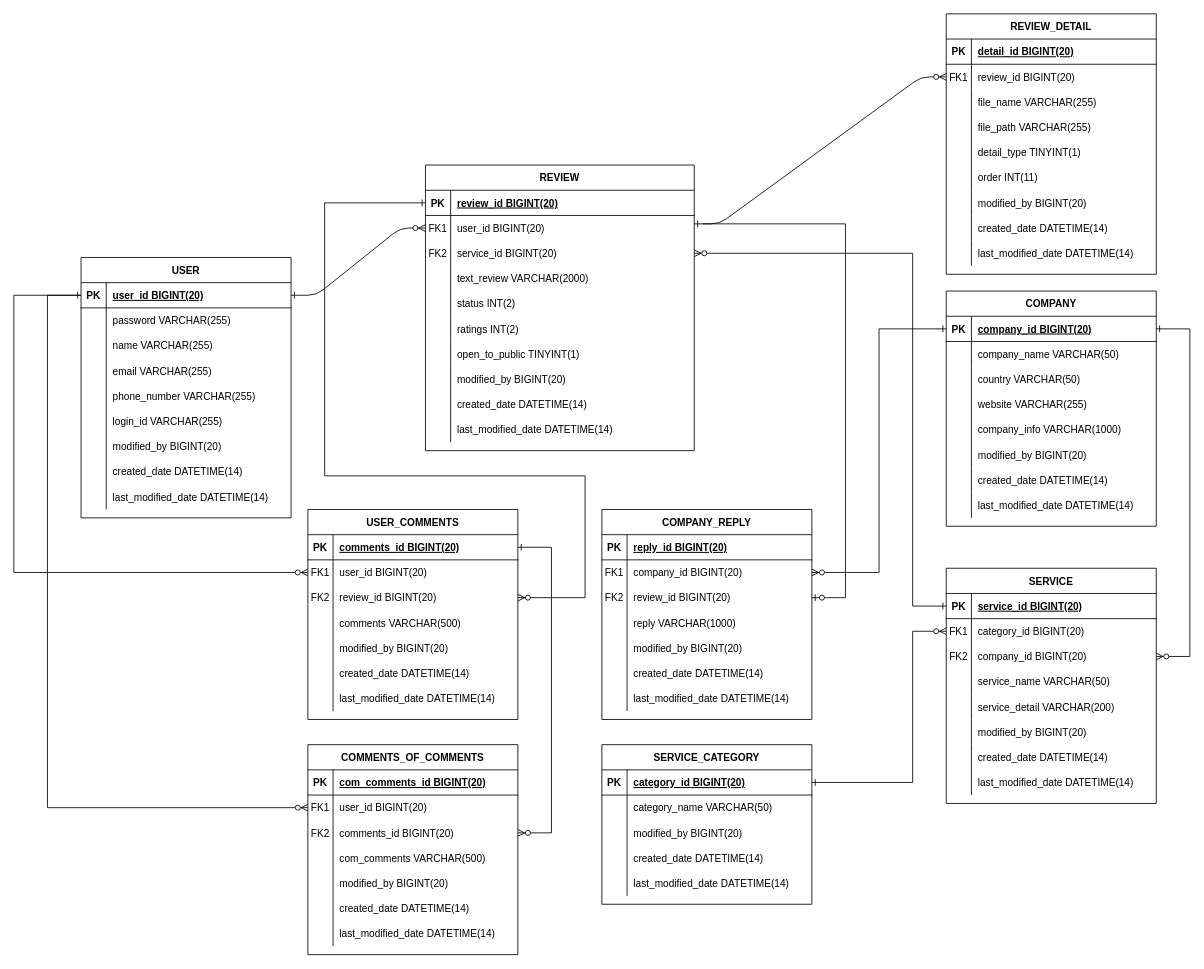
The draw.io diagram docs/Bug Report.drawio in haan823/bug_report, before the edit. Source tidied: cells renumbered, new cells numbered last; positions are measured from the earlier drawing's top-left corner, leaving out a move shared by most shapes. Both pictures are drawn from the tidied source at 84%, with x=0, y=0 at pixel (13, 13).
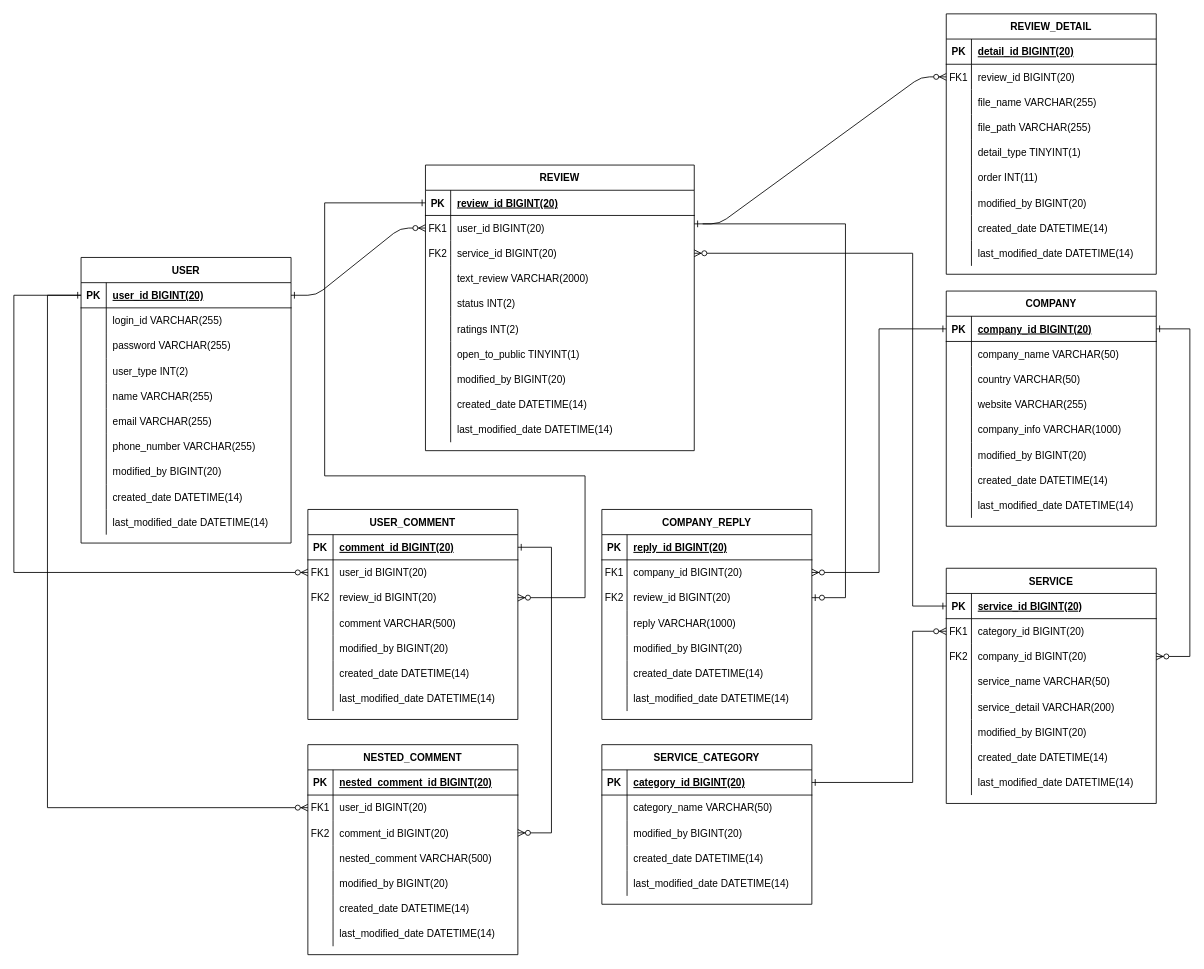
Above is the later version.

Commit message:
[DOCS] ERD 수정 - USER 테이블 user_type 추가, 대댓글 NESTED_COMMENT로 변경

Unchanged cells that the change refers to:
```xml
<mxCell id="92" style="shape=partialRectangle;fillColor=none;points=[[0,0.5],[1,0.5]];portConstraint=eastwest;top=0;left=0;right=0;bottom=1;" parent="91" vertex="1">
  <mxGeometry y="30" width="250" height="30" as="geometry" />
</mxCell>
<mxCell id="101" style="shape=partialRectangle;fillColor=none;top=0;left=0;right=0;bottom=0;" parent="91" vertex="1">
  <mxGeometry y="120" width="250" height="30" as="geometry" />
</mxCell>
<mxCell id="207" style="shape=partialRectangle;fillColor=none;top=0;left=0;right=0;bottom=1;" parent="206" vertex="1">
  <mxGeometry y="30" width="250" height="30" as="geometry" />
</mxCell>
<mxCell id="213" style="shape=partialRectangle;fillColor=none;points=[[0,0.5],[1,0.5]];portConstraint=eastwest;top=0;left=0;right=0;bottom=0;" parent="206" vertex="1">
  <mxGeometry y="90" width="250" height="30" as="geometry" />
</mxCell>
<mxCell id="216" style="shape=partialRectangle;fillColor=none;top=0;left=0;right=0;bottom=0;" parent="206" vertex="1">
  <mxGeometry y="120" width="250" height="30" as="geometry" />
</mxCell>
```

What changed in the source:
```diff
@@
     <mxCell id="63" value="USER" style="shape=table;startSize=30;childLayout=tableLayout;rowLines=0;fontStyle=1;align=center;" parent="1" vertex="1">
-      <mxGeometry x="80" y="290" width="250" height="310" as="geometry" />
+      <mxGeometry x="80" y="290" width="250" height="340" as="geometry" />
     </mxCell>
@@
+    <mxCell id="79" style="shape=partialRectangle;fillColor=none;top=0;left=0;right=0;bottom=0;" parent="63" vertex="1">
+      <mxGeometry y="60" width="250" height="30" as="geometry" />
+    </mxCell>
+    <mxCell id="80" style="shape=partialRectangle;overflow=hidden;fillColor=none;top=0;left=0;bottom=0;right=0;" parent="79" vertex="1">
+      <mxGeometry width="30" height="30" as="geometry" />
+    </mxCell>
+    <mxCell id="81" value="login_id VARCHAR(255)" style="shape=partialRectangle;overflow=hidden;fillColor=none;top=0;left=0;bottom=0;right=0;align=left;spacingLeft=6;" parent="79" vertex="1">
+      <mxGeometry x="30" width="220" height="30" as="geometry" />
+    </mxCell>
     <mxCell id="67" style="shape=partialRectangle;fillColor=none;top=0;left=0;right=0;bottom=0;" parent="63" vertex="1">
-      <mxGeometry y="60" width="250" height="30" as="geometry" />
+      <mxGeometry y="90" width="250" height="30" as="geometry" />
     </mxCell>
@@
+    <mxCell id="232" style="shape=partialRectangle;fillColor=none;top=0;left=0;right=0;bottom=0;" parent="63" vertex="1">
+      <mxGeometry y="120" width="250" height="30" as="geometry" />
+    </mxCell>
+    <mxCell id="233" style="shape=partialRectangle;overflow=hidden;fillColor=none;top=0;left=0;bottom=0;right=0;" parent="232" vertex="1">
+      <mxGeometry width="30" height="30" as="geometry" />
+    </mxCell>
+    <mxCell id="234" value="user_type INT(2)" style="shape=partialRectangle;overflow=hidden;fillColor=none;top=0;left=0;bottom=0;right=0;align=left;spacingLeft=6;" parent="232" vertex="1">
+      <mxGeometry x="30" width="220" height="30" as="geometry" />
+    </mxCell>
     <mxCell id="70" style="shape=partialRectangle;fillColor=none;top=0;left=0;right=0;bottom=0;" parent="63" vertex="1">
-      <mxGeometry y="90" width="250" height="30" as="geometry" />
+      <mxGeometry y="150" width="250" height="30" as="geometry" />
     </mxCell>
@@
     <mxCell id="73" style="shape=partialRectangle;fillColor=none;top=0;left=0;right=0;bottom=0;" parent="63" vertex="1">
-      <mxGeometry y="120" width="250" height="30" as="geometry" />
+      <mxGeometry y="180" width="250" height="30" as="geometry" />
     </mxCell>
@@
     <mxCell id="76" style="shape=partialRectangle;fillColor=none;top=0;left=0;right=0;bottom=0;" parent="63" vertex="1">
-      <mxGeometry y="150" width="250" height="30" as="geometry" />
+      <mxGeometry y="210" width="250" height="30" as="geometry" />
     </mxCell>
@@
-    <mxCell id="79" style="shape=partialRectangle;fillColor=none;top=0;left=0;right=0;bottom=0;" parent="63" vertex="1">
-      <mxGeometry y="180" width="250" height="30" as="geometry" />
-    </mxCell>
-    <mxCell id="80" style="shape=partialRectangle;overflow=hidden;fillColor=none;top=0;left=0;bottom=0;right=0;" parent="79" vertex="1">
-      <mxGeometry width="30" height="30" as="geometry" />
-    </mxCell>
-    <mxCell id="81" value="login_id VARCHAR(255)" style="shape=partialRectangle;overflow=hidden;fillColor=none;top=0;left=0;bottom=0;right=0;align=left;spacingLeft=6;" parent="79" vertex="1">
-      <mxGeometry x="30" width="220" height="30" as="geometry" />
-    </mxCell>
     <mxCell id="82" style="shape=partialRectangle;fillColor=none;top=0;left=0;right=0;bottom=0;" parent="63" vertex="1">
-      <mxGeometry y="210" width="250" height="30" as="geometry" />
+      <mxGeometry y="240" width="250" height="30" as="geometry" />
     </mxCell>
@@
     <mxCell id="85" style="shape=partialRectangle;fillColor=none;top=0;left=0;right=0;bottom=0;" parent="63" vertex="1">
-      <mxGeometry y="240" width="250" height="30" as="geometry" />
+      <mxGeometry y="270" width="250" height="30" as="geometry" />
     </mxCell>
@@
     <mxCell id="88" style="shape=partialRectangle;fillColor=none;top=0;left=0;right=0;bottom=0;" parent="63" vertex="1">
-      <mxGeometry y="270" width="250" height="30" as="geometry" />
+      <mxGeometry y="300" width="250" height="30" as="geometry" />
     </mxCell>
@@
-    <mxCell id="91" value="USER_COMMENTS" style="shape=table;startSize=30;childLayout=tableLayout;rowLines=0;fontStyle=1;align=center;" parent="1" vertex="1">
+    <mxCell id="91" value="USER_COMMENT" style="shape=table;startSize=30;childLayout=tableLayout;rowLines=0;fontStyle=1;align=center;" parent="1" vertex="1">
       <mxGeometry x="350" y="590" width="250" height="250" as="geometry" />
     </mxCell>
@@
-    <mxCell id="94" value="comments_id BIGINT(20)" style="shape=partialRectangle;overflow=hidden;fillColor=none;top=0;left=0;bottom=0;right=0;align=left;spacingLeft=6;fontStyle=5;" parent="92" vertex="1">
+    <mxCell id="94" value="comment_id BIGINT(20)" style="shape=partialRectangle;overflow=hidden;fillColor=none;top=0;left=0;bottom=0;right=0;align=left;spacingLeft=6;fontStyle=5;" parent="92" vertex="1">
       <mxGeometry x="30" width="220" height="30" as="geometry" />
     </mxCell>
@@
-    <mxCell id="103" value="comments VARCHAR(500)" style="shape=partialRectangle;overflow=hidden;fillColor=none;top=0;left=0;bottom=0;right=0;align=left;spacingLeft=6;" parent="101" vertex="1">
+    <mxCell id="103" value="comment VARCHAR(500)" style="shape=partialRectangle;overflow=hidden;fillColor=none;top=0;left=0;bottom=0;right=0;align=left;spacingLeft=6;" parent="101" vertex="1">
       <mxGeometry x="30" width="220" height="30" as="geometry" />
     </mxCell>
@@
-    <mxCell id="206" value="COMMENTS_OF_COMMENTS" style="shape=table;startSize=30;childLayout=tableLayout;rowLines=0;fontStyle=1;align=center;" parent="1" vertex="1">
+    <mxCell id="206" value="NESTED_COMMENT" style="shape=table;startSize=30;childLayout=tableLayout;rowLines=0;fontStyle=1;align=center;" parent="1" vertex="1">
       <mxGeometry x="350" y="870" width="250" height="250" as="geometry" />
     </mxCell>
@@
-    <mxCell id="209" value="com_comments_id BIGINT(20)" style="shape=partialRectangle;overflow=hidden;fillColor=none;top=0;left=0;bottom=0;right=0;align=left;spacingLeft=6;fontStyle=5;" parent="207" vertex="1">
+    <mxCell id="209" value="nested_comment_id BIGINT(20)" style="shape=partialRectangle;overflow=hidden;fillColor=none;top=0;left=0;bottom=0;right=0;align=left;spacingLeft=6;fontStyle=5;" parent="207" vertex="1">
       <mxGeometry x="30" width="220" height="30" as="geometry" />
     </mxCell>
@@
-    <mxCell id="215" value="comments_id BIGINT(20)" style="shape=partialRectangle;overflow=hidden;fillColor=none;top=0;left=0;bottom=0;right=0;align=left;spacingLeft=6;" parent="213" vertex="1">
+    <mxCell id="215" value="comment_id BIGINT(20)" style="shape=partialRectangle;overflow=hidden;fillColor=none;top=0;left=0;bottom=0;right=0;align=left;spacingLeft=6;" parent="213" vertex="1">
       <mxGeometry x="30" width="220" height="30" as="geometry" />
     </mxCell>
@@
-    <mxCell id="218" value="com_comments VARCHAR(500)" style="shape=partialRectangle;overflow=hidden;fillColor=none;top=0;left=0;bottom=0;right=0;align=left;spacingLeft=6;" parent="216" vertex="1">
+    <mxCell id="218" value="nested_comment VARCHAR(500)" style="shape=partialRectangle;overflow=hidden;fillColor=none;top=0;left=0;bottom=0;right=0;align=left;spacingLeft=6;" parent="216" vertex="1">
       <mxGeometry x="30" width="220" height="30" as="geometry" />
     </mxCell>
```
